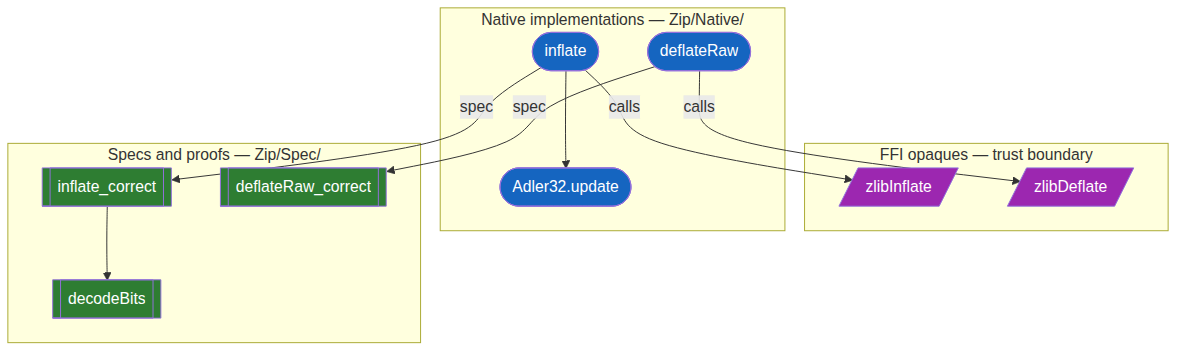
This is docs/img/lean-zip.png from Beneficial-AI-Foundation/probe, a Mermaid export, as it was before one commit. Its source is kept beside it as docs/img/lean-zip.mmd.
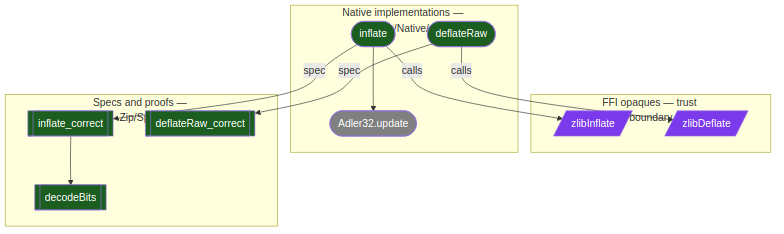
Above is the later version.

What changed in the source:
```diff
@@ -4,9 +4,9 @@
         f2[/"zlibDeflate"/]:::purple
     end
     subgraph native ["Native implementations — Zip/Native/"]
-        n1(["inflate"]):::darkBlue
-        n2(["deflateRaw"]):::darkBlue
-        n3(["Adler32.update"]):::darkBlue
+        n1(["inflate"]):::darkGreen
+        n2(["deflateRaw"]):::darkGreen
+        n3(["Adler32.update"]):::grey
     end
     subgraph spec ["Specs and proofs — Zip/Spec/"]
         s1[["inflate_correct"]]:::darkGreen
@@ -19,6 +19,6 @@
     n2 -->|spec| s2
     n1 --> n3
     s1 --> s3
-    classDef purple fill:#9c27b0,color:#fff
-    classDef darkBlue fill:#1565c0,color:#fff
-    classDef darkGreen fill:#2e7d32,color:#fff
+    classDef purple fill:#7C3AED,color:#fff
+    classDef darkGreen fill:#1B5E20,color:#fff
+    classDef grey fill:#808080,color:#fff
```
